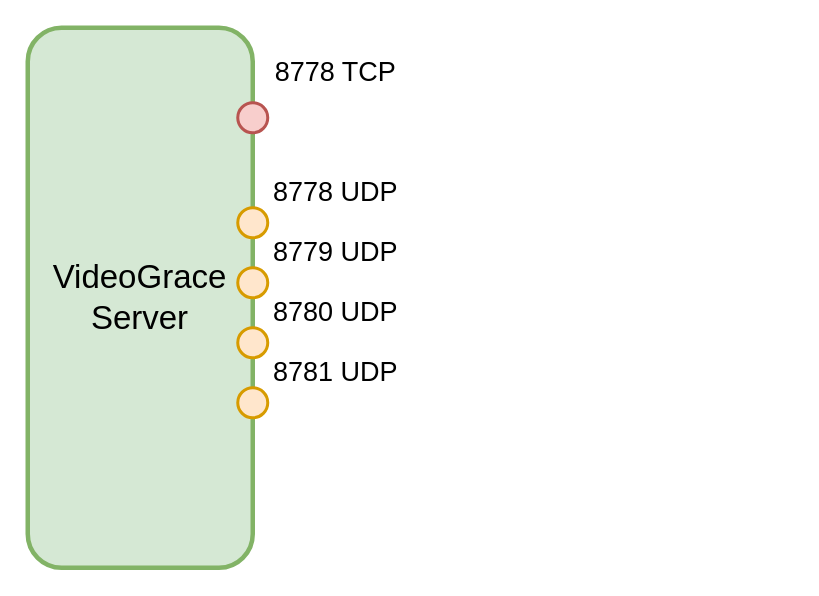
This is Doc/Admin/ru/img_src/vg_network1.drawio from ivs-org/videograce, a draw.io file, before an edit. Source tidied: cells renumbered, new cells numbered last; positions are measured from the earlier drawing's top-left corner, leaving out a move shared by most shapes. Both pictures are drawn from the tidied source at 150%, with x=0, y=0 at pixel (27, 27).
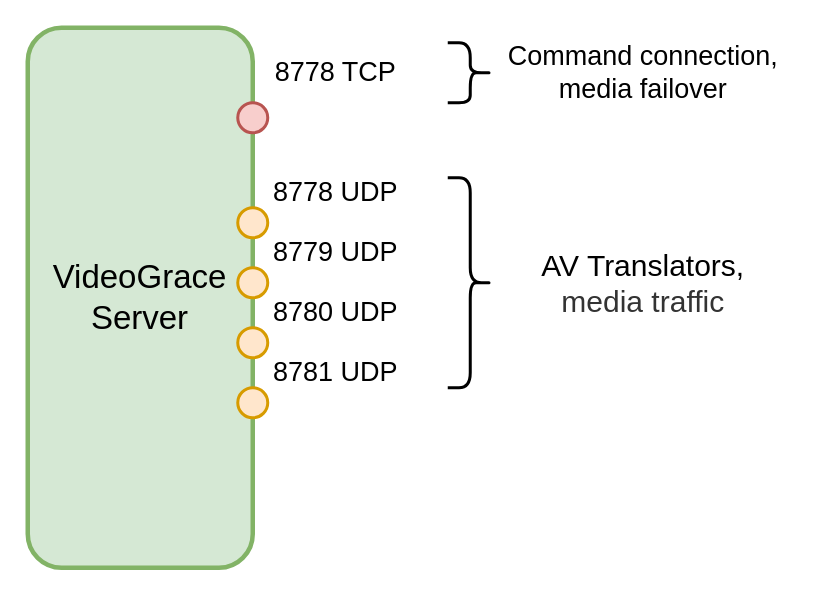
The same page after the edit.

The edit, as a diff of the source:
```diff
@@
 <mxGraphModel>
   <root>
     <mxCell id="0" />
     <mxCell id="1" parent="0" />
     <mxCell id="2" value="&lt;font style=&quot;font-size: 22px;&quot;&gt;VideoGrace Server&lt;/font&gt;" style="rounded=1;whiteSpace=wrap;html=1;fillColor=#d5e8d4;strokeColor=#82b366;strokeWidth=3;" parent="1" vertex="1">
       <mxGeometry width="150" height="360" as="geometry" />
     </mxCell>
     <mxCell id="3" style="ellipse;whiteSpace=wrap;html=1;fillColor=#f8cecc;strokeColor=#b85450;strokeWidth=2;" parent="1" vertex="1">
       <mxGeometry x="140" y="50" width="20" height="20" as="geometry" />
     </mxCell>
     <mxCell id="4" value="&lt;font face=&quot;Helvetica&quot; style=&quot;font-size: 18px;&quot;&gt;8778 TCP&lt;/font&gt;" style="text;html=1;align=center;verticalAlign=middle;strokeColor=none;fillColor=none;" parent="1" vertex="1">
       <mxGeometry x="155" y="10" width="100" height="40" as="geometry" />
     </mxCell>
     <mxCell id="5" style="ellipse;whiteSpace=wrap;html=1;fillColor=#ffe6cc;strokeColor=#d79b00;strokeWidth=2;" parent="1" vertex="1">
       <mxGeometry x="140" y="120" width="20" height="20" as="geometry" />
     </mxCell>
     <mxCell id="6" style="ellipse;whiteSpace=wrap;html=1;fillColor=#ffe6cc;strokeColor=#d79b00;strokeWidth=2;" parent="1" vertex="1">
       <mxGeometry x="140" y="160" width="20" height="20" as="geometry" />
     </mxCell>
     <mxCell id="7" style="ellipse;whiteSpace=wrap;html=1;fillColor=#ffe6cc;strokeColor=#d79b00;strokeWidth=2;" parent="1" vertex="1">
       <mxGeometry x="140" y="200" width="20" height="20" as="geometry" />
     </mxCell>
     <mxCell id="8" style="ellipse;whiteSpace=wrap;html=1;fillColor=#ffe6cc;strokeColor=#d79b00;strokeWidth=2;" parent="1" vertex="1">
       <mxGeometry x="140" y="240" width="20" height="20" as="geometry" />
     </mxCell>
     <mxCell id="9" value="&lt;font face=&quot;Helvetica&quot; style=&quot;font-size: 18px;&quot;&gt;8778 UDP&lt;/font&gt;" style="text;html=1;align=center;verticalAlign=middle;strokeColor=none;fillColor=none;" parent="1" vertex="1">
       <mxGeometry x="150" y="90" width="110" height="40" as="geometry" />
     </mxCell>
     <mxCell id="10" value="&lt;font face=&quot;Helvetica&quot; style=&quot;font-size: 18px;&quot;&gt;8779 UDP&lt;/font&gt;" style="text;html=1;align=center;verticalAlign=middle;strokeColor=none;fillColor=none;" parent="1" vertex="1">
       <mxGeometry x="150" y="130" width="110" height="40" as="geometry" />
     </mxCell>
     <mxCell id="11" value="&lt;font face=&quot;Helvetica&quot; style=&quot;font-size: 18px;&quot;&gt;8780 UDP&lt;/font&gt;" style="text;html=1;align=center;verticalAlign=middle;strokeColor=none;fillColor=none;" parent="1" vertex="1">
       <mxGeometry x="150" y="170" width="110" height="40" as="geometry" />
     </mxCell>
     <mxCell id="12" value="&lt;font face=&quot;Helvetica&quot; style=&quot;font-size: 18px;&quot;&gt;8781 UDP&lt;/font&gt;" style="text;html=1;align=center;verticalAlign=middle;strokeColor=none;fillColor=none;" parent="1" vertex="1">
       <mxGeometry x="150" y="210" width="110" height="40" as="geometry" />
     </mxCell>
+    <mxCell id="13" style="shape=curlyBracket;whiteSpace=wrap;html=1;rounded=1;flipH=1;labelPosition=right;verticalLabelPosition=middle;align=left;verticalAlign=middle;size=0.5;strokeWidth=2;" parent="1" vertex="1">
+      <mxGeometry x="280" y="100" width="30" height="140" as="geometry" />
+    </mxCell>
+    <mxCell id="14" value="&lt;font style=&quot;font-size: 20px;&quot;&gt;AV Translators,&lt;br style=&quot;border-color: var(--border-color); color: rgb(51, 51, 51);&quot;&gt;&lt;span style=&quot;color: rgb(51, 51, 51);&quot;&gt;media traffic&lt;/span&gt;&lt;/font&gt;" style="text;html=1;align=center;verticalAlign=middle;strokeColor=none;fillColor=none;" parent="1" vertex="1">
+      <mxGeometry x="330" y="140" width="160" height="60" as="geometry" />
+    </mxCell>
+    <mxCell id="15" style="shape=curlyBracket;whiteSpace=wrap;html=1;rounded=1;flipH=1;labelPosition=right;verticalLabelPosition=middle;align=left;verticalAlign=middle;strokeWidth=2;" parent="1" vertex="1">
+      <mxGeometry x="280" y="10" width="30" height="40" as="geometry" />
+    </mxCell>
+    <mxCell id="16" value="&lt;font style=&quot;font-size: 18px;&quot;&gt;Command connection,&lt;br&gt;&lt;font style=&quot;font-size: 18px;&quot;&gt;media failover&lt;/font&gt;&lt;/font&gt;" style="text;html=1;align=center;verticalAlign=middle;strokeColor=none;fillColor=none;" parent="1" vertex="1">
+      <mxGeometry x="310" width="200" height="60" as="geometry" />
+    </mxCell>
   </root>
 </mxGraphModel>
```
